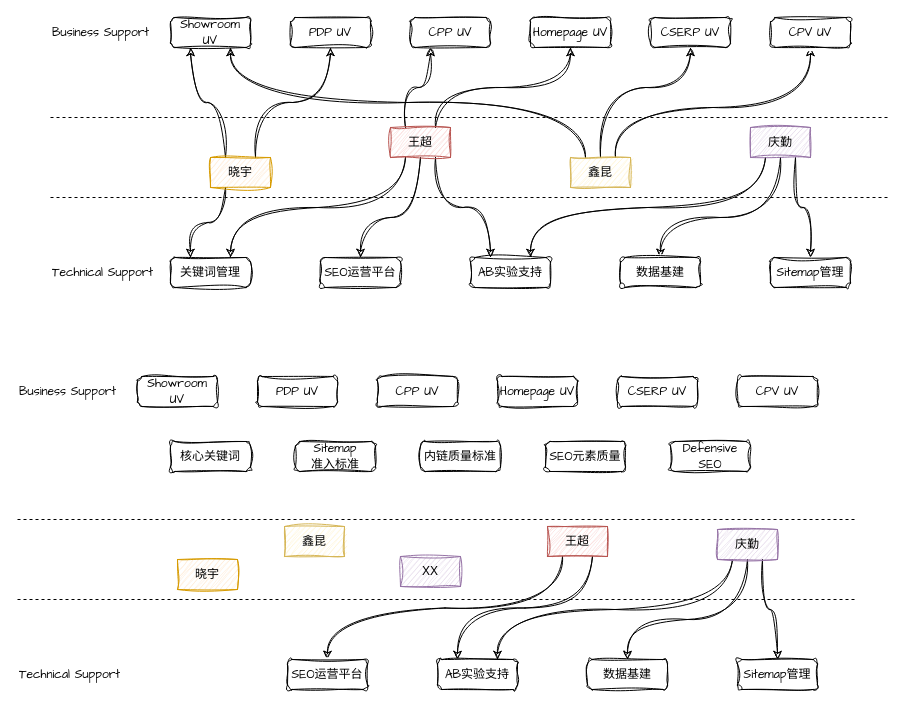
Before: drawio/团队分工.drawio in VisableHarry/seo-drawio, a draw.io diagram. Source tidied: cells renumbered, new cells numbered last; positions are measured from the earlier drawing's top-left corner, leaving out a move shared by most shapes. Both pictures are drawn from the tidied source at 100%, with x=0, y=0 at pixel (17, 17).
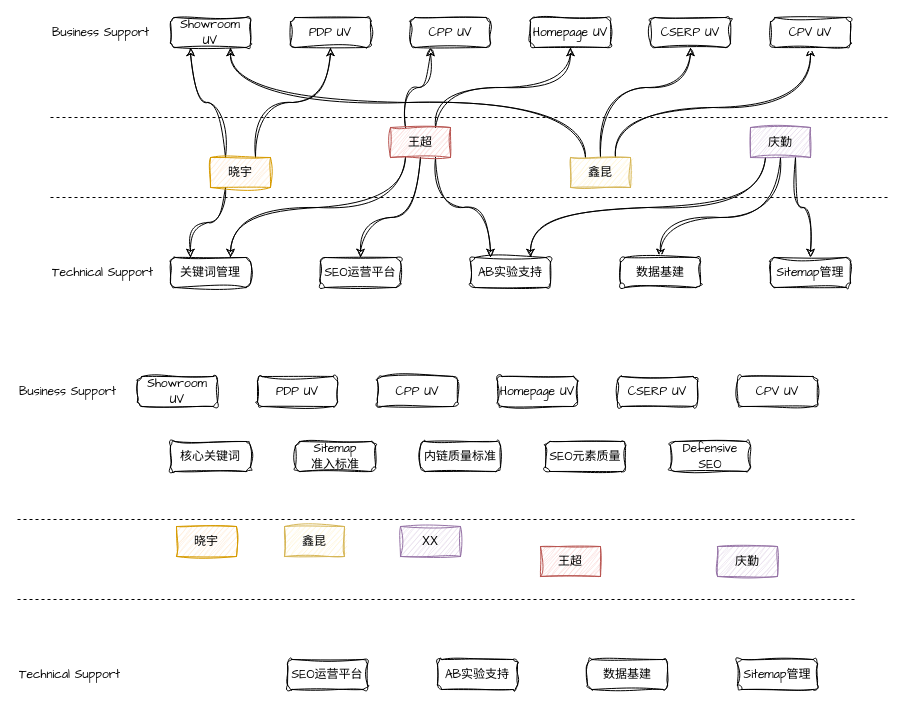
Above is the later version.

Commit message:
更新团队分工.drawio

Unchanged cells that the change refers to:
```xml
<mxCell id="54" value="&lt;font face=&quot;Comic Sans MS&quot;&gt;数据基建&lt;/font&gt;" style="rounded=1;whiteSpace=wrap;html=1;sketch=1;curveFitting=1;jiggle=2;" parent="1" vertex="1">
  <mxGeometry x="570" y="642" width="80" height="30" as="geometry" />
</mxCell>
<mxCell id="55" value="&lt;font face=&quot;Comic Sans MS&quot;&gt;Sitemap管理&lt;/font&gt;" style="rounded=1;whiteSpace=wrap;html=1;sketch=1;curveFitting=1;jiggle=2;" parent="1" vertex="1">
  <mxGeometry x="720" y="642" width="80" height="30" as="geometry" />
</mxCell>
<mxCell id="56" value="&lt;font face=&quot;Comic Sans MS&quot;&gt;SEO运营平台&lt;/font&gt;" style="rounded=1;whiteSpace=wrap;html=1;sketch=1;curveFitting=1;jiggle=2;" parent="1" vertex="1">
  <mxGeometry x="270" y="642" width="80" height="30" as="geometry" />
</mxCell>
<mxCell id="57" value="&lt;font face=&quot;Comic Sans MS&quot;&gt;AB实验支持&lt;/font&gt;" style="rounded=1;whiteSpace=wrap;html=1;sketch=1;curveFitting=1;jiggle=2;" parent="1" vertex="1">
  <mxGeometry x="420" y="642" width="80" height="30" as="geometry" />
</mxCell>
```

Change to the diagram source:
```diff
@@
     <mxCell id="39" value="晓宇" style="text;html=1;whiteSpace=wrap;strokeColor=#d79b00;fillColor=#ffe6cc;align=center;verticalAlign=middle;rounded=0;sketch=1;curveFitting=1;jiggle=2;" parent="1" vertex="1">
-      <mxGeometry x="160" y="542" width="60" height="30" as="geometry" />
+      <mxGeometry x="159" y="509" width="60" height="30" as="geometry" />
     </mxCell>
-    <mxCell id="40" style="edgeStyle=orthogonalEdgeStyle;rounded=0;jettySize=auto;html=1;exitX=0.75;exitY=1;exitDx=0;exitDy=0;entryX=0.25;entryY=0;entryDx=0;entryDy=0;curved=1;sketch=1;curveFitting=1;jiggle=2;" parent="1" edge="1" source="42" target="57">
-      <mxGeometry relative="1" as="geometry" />
-    </mxCell>
-    <mxCell id="41" style="edgeStyle=orthogonalEdgeStyle;rounded=0;jettySize=auto;html=1;exitX=0.25;exitY=1;exitDx=0;exitDy=0;entryX=0.5;entryY=0;entryDx=0;entryDy=0;curved=1;sketch=1;curveFitting=1;jiggle=2;" parent="1" edge="1" source="42" target="56">
-      <mxGeometry relative="1" as="geometry" />
-    </mxCell>
     <mxCell id="42" value="王超" style="text;html=1;whiteSpace=wrap;strokeColor=#b85450;fillColor=#f8cecc;align=center;verticalAlign=middle;rounded=0;sketch=1;curveFitting=1;jiggle=2;" parent="1" vertex="1">
-      <mxGeometry x="530" y="509" width="60" height="30" as="geometry" />
+      <mxGeometry x="523" y="529" width="60" height="30" as="geometry" />
     </mxCell>
@@
-    <mxCell id="44" style="edgeStyle=orthogonalEdgeStyle;rounded=0;jettySize=auto;html=1;exitX=0.25;exitY=1;exitDx=0;exitDy=0;entryX=0.75;entryY=0;entryDx=0;entryDy=0;curved=1;sketch=1;curveFitting=1;jiggle=2;" parent="1" edge="1" source="47" target="57">
-      <mxGeometry relative="1" as="geometry" />
-    </mxCell>
-    <mxCell id="45" style="edgeStyle=orthogonalEdgeStyle;rounded=0;jettySize=auto;html=1;exitX=0.5;exitY=1;exitDx=0;exitDy=0;entryX=0.5;entryY=0;entryDx=0;entryDy=0;curved=1;sketch=1;curveFitting=1;jiggle=2;" parent="1" edge="1" source="47" target="54">
-      <mxGeometry relative="1" as="geometry">
-        <Array as="points">
-          <mxPoint x="730" y="602" />
-          <mxPoint x="610" y="602" />
-        </Array>
-      </mxGeometry>
-    </mxCell>
-    <mxCell id="46" style="edgeStyle=orthogonalEdgeStyle;rounded=0;jettySize=auto;html=1;exitX=0.75;exitY=1;exitDx=0;exitDy=0;curved=1;sketch=1;curveFitting=1;jiggle=2;" parent="1" edge="1" source="47" target="55">
-      <mxGeometry relative="1" as="geometry" />
-    </mxCell>
     <mxCell id="47" value="庆勤" style="text;html=1;whiteSpace=wrap;strokeColor=#9673a6;fillColor=#e1d5e7;align=center;verticalAlign=middle;rounded=0;sketch=1;curveFitting=1;jiggle=2;" parent="1" vertex="1">
-      <mxGeometry x="700" y="512" width="60" height="30" as="geometry" />
+      <mxGeometry x="700" y="529" width="60" height="30" as="geometry" />
     </mxCell>
@@
     <mxCell id="63" value="XX" style="text;html=1;whiteSpace=wrap;strokeColor=#9673a6;fillColor=#e1d5e7;align=center;verticalAlign=middle;rounded=0;sketch=1;curveFitting=1;jiggle=2;" parent="1" vertex="1">
-      <mxGeometry x="383" y="539" width="60" height="30" as="geometry" />
+      <mxGeometry x="383" y="509" width="60" height="30" as="geometry" />
     </mxCell>
```
